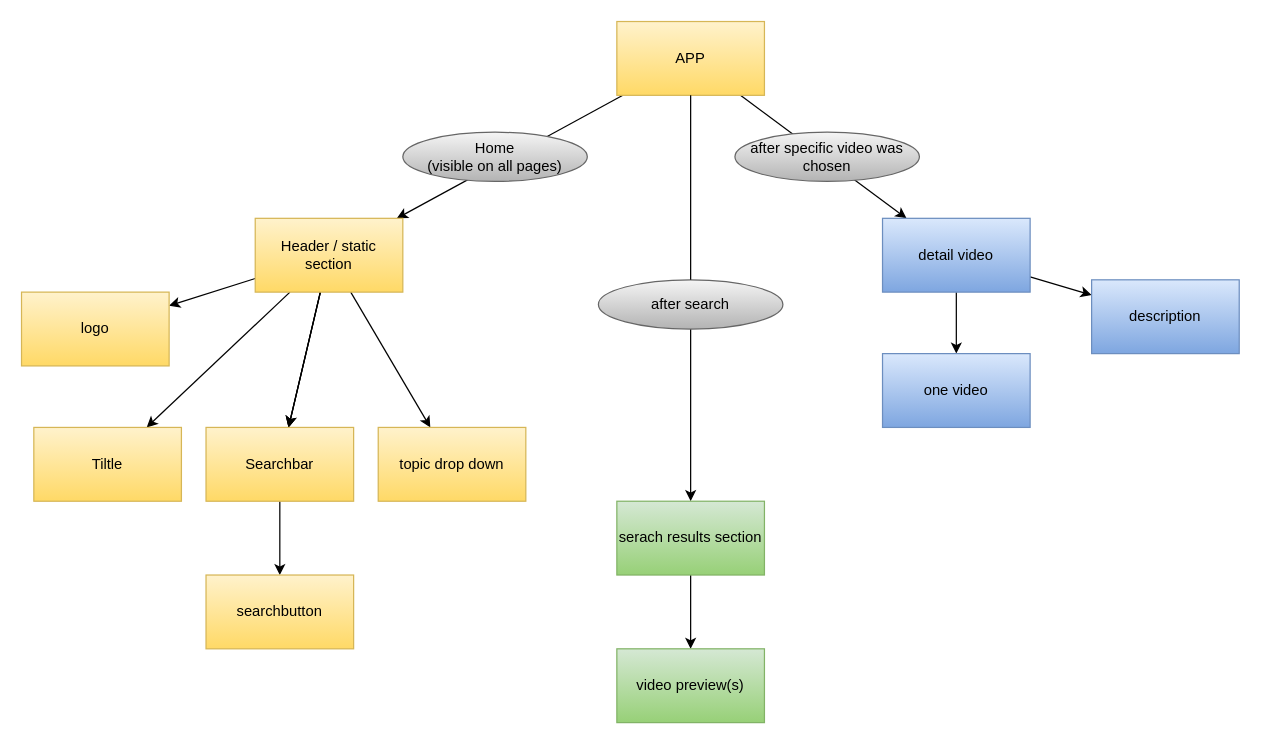
Earlier version of the draw.io diagram componenPlan.drawio (Lindris/week9project-myfrontend). Source tidied: cells renumbered, new cells numbered last; positions are measured from the earlier drawing's top-left corner, leaving out a move shared by most shapes. Both pictures are drawn from the tidied source at 123%, with x=0, y=0 at pixel (21, 21).
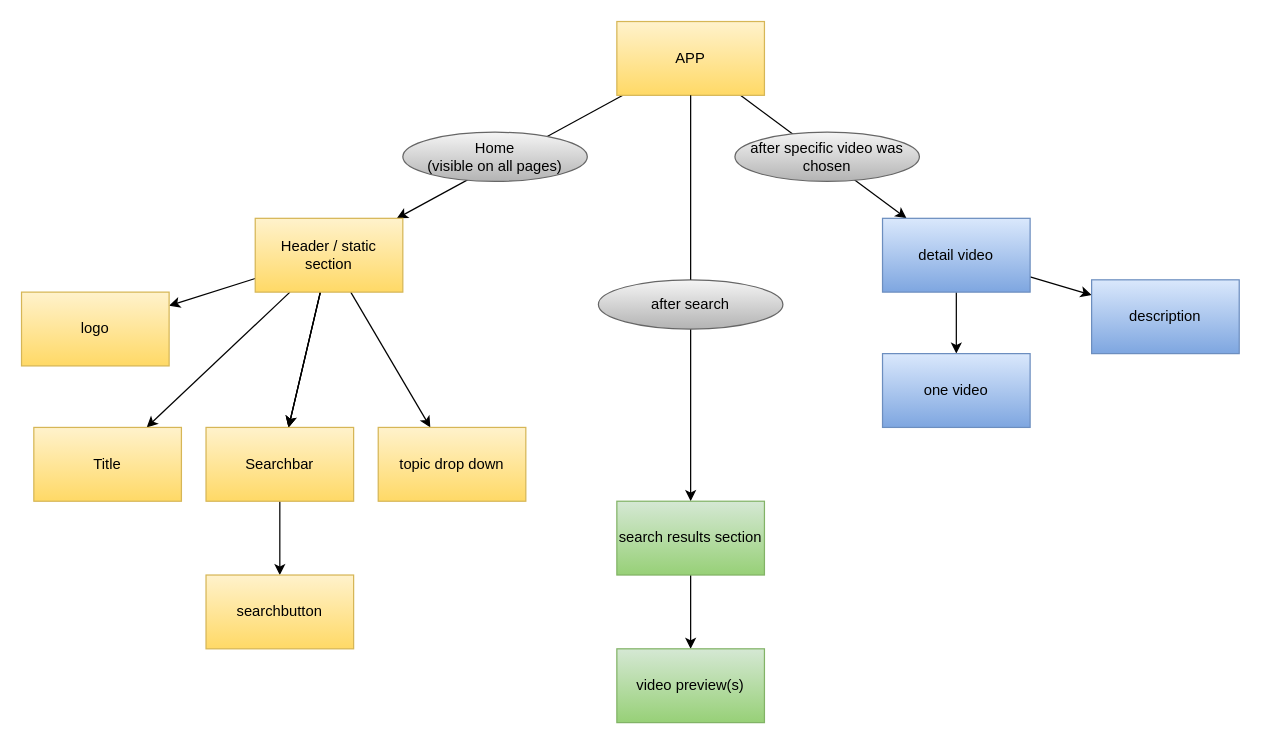
After the change.

The edit, as a diff of the source:
```diff
@@
-    <mxCell id="13" value="&lt;font color=&quot;#000000&quot;&gt;Tiltle&lt;/font&gt;" style="whiteSpace=wrap;html=1;fillColor=#fff2cc;strokeColor=#d6b656;gradientColor=#ffd966;" parent="1" vertex="1">
+    <mxCell id="13" value="&lt;font color=&quot;#000000&quot;&gt;Title&lt;/font&gt;" style="whiteSpace=wrap;html=1;fillColor=#fff2cc;strokeColor=#d6b656;gradientColor=#ffd966;" parent="1" vertex="1">
       <mxGeometry x="10" y="330" width="120" height="60" as="geometry" />
     </mxCell>
@@
-    <mxCell id="20" value="&lt;font color=&quot;#000000&quot;&gt;serach results section&lt;/font&gt;" style="whiteSpace=wrap;html=1;fillColor=#d5e8d4;strokeColor=#82b366;gradientColor=#97d077;" parent="1" vertex="1">
+    <mxCell id="20" value="&lt;font color=&quot;#000000&quot;&gt;search results section&lt;/font&gt;" style="whiteSpace=wrap;html=1;fillColor=#d5e8d4;strokeColor=#82b366;gradientColor=#97d077;" parent="1" vertex="1">
       <mxGeometry x="484" y="390" width="120" height="60" as="geometry" />
     </mxCell>
```
